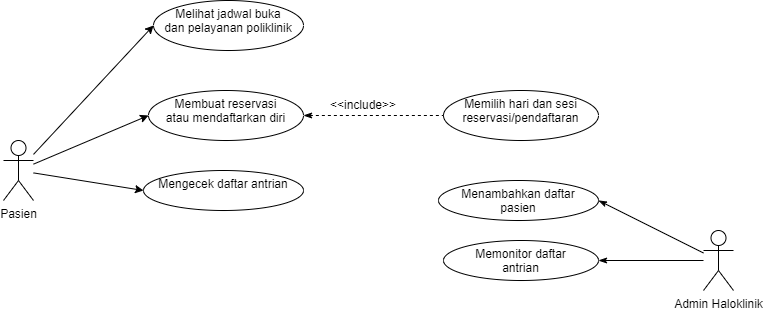
noerthn1/ADS-KEL-5 keeps this draw.io diagram as system analyst/Use Case - Haloklinik.png. Above is the earlier version. Source tidied: cells renumbered, new cells last; positions are measured from the earlier drawing's top-left corner, leaving out a move shared by most shapes. Source of this version:
```xml
<mxGraphModel>
  <root>
    <mxCell id="0" />
    <mxCell id="1" parent="0" />
    <mxCell id="2" style="rounded=0;jettySize=auto;html=1;entryX=0;entryY=0.5;entryDx=0;entryDy=0;" parent="1" edge="1" source="5" target="8">
      <mxGeometry relative="1" as="geometry" />
    </mxCell>
    <mxCell id="3" style="edgeStyle=none;rounded=0;jettySize=auto;html=1;entryX=0;entryY=0.5;entryDx=0;entryDy=0;" parent="1" edge="1" source="5" target="10">
      <mxGeometry relative="1" as="geometry" />
    </mxCell>
    <mxCell id="4" style="edgeStyle=none;rounded=0;jettySize=auto;html=1;startArrow=none;startFill=0;entryX=0;entryY=0.5;entryDx=0;entryDy=0;" parent="1" edge="1" source="5" target="12">
      <mxGeometry relative="1" as="geometry" />
    </mxCell>
    <mxCell id="5" value="Pasien" style="shape=umlActor;verticalLabelPosition=bottom;verticalAlign=top;html=1;outlineConnect=0;" parent="1" vertex="1">
      <mxGeometry y="140" width="30" height="60" as="geometry" />
    </mxCell>
    <mxCell id="6" style="edgeStyle=none;rounded=0;jettySize=auto;html=1;startArrow=none;startFill=0;endArrow=classicThin;endFill=1;entryX=1;entryY=0.5;entryDx=0;entryDy=0;" parent="1" edge="1" source="7" target="15">
      <mxGeometry relative="1" as="geometry" />
    </mxCell>
    <mxCell id="7" value="Admin Haloklinik" style="shape=umlActor;verticalLabelPosition=bottom;verticalAlign=top;html=1;outlineConnect=0;" parent="1" vertex="1">
      <mxGeometry x="700" y="230" width="30" height="60" as="geometry" />
    </mxCell>
    <mxCell id="8" value="Melihat jadwal buka &lt;br&gt;dan pelayanan poliklinik" style="ellipse;whiteSpace=wrap;html=1;verticalAlign=top;" parent="1" vertex="1">
      <mxGeometry x="150" width="150" height="50" as="geometry" />
    </mxCell>
    <mxCell id="9" style="edgeStyle=none;rounded=0;jettySize=auto;html=1;dashed=1;startArrow=classicThin;startFill=1;endArrow=none;endFill=0;" parent="1" edge="1" source="10" target="11">
      <mxGeometry relative="1" as="geometry" />
    </mxCell>
    <mxCell id="10" value="Membuat reservasi&lt;br&gt;atau mendaftarkan diri" style="ellipse;whiteSpace=wrap;html=1;verticalAlign=top;" parent="1" vertex="1">
      <mxGeometry x="145" y="90" width="155" height="50" as="geometry" />
    </mxCell>
    <mxCell id="11" value="Memilih hari dan sesi&lt;br&gt;reservasi/pendaftaran" style="ellipse;whiteSpace=wrap;html=1;verticalAlign=top;" parent="1" vertex="1">
      <mxGeometry x="440" y="90" width="155" height="50" as="geometry" />
    </mxCell>
    <mxCell id="12" value="Mengecek daftar antrian" style="ellipse;whiteSpace=wrap;html=1;verticalAlign=top;" parent="1" vertex="1">
      <mxGeometry x="140" y="170" width="160" height="40" as="geometry" />
    </mxCell>
    <mxCell id="13" style="edgeStyle=none;rounded=0;jettySize=auto;html=1;startArrow=classicThin;startFill=1;endArrow=none;endFill=0;" parent="1" edge="1" source="14" target="7">
      <mxGeometry relative="1" as="geometry" />
    </mxCell>
    <mxCell id="14" value="Memonitor daftar&lt;br&gt;antrian" style="ellipse;whiteSpace=wrap;html=1;verticalAlign=top;" parent="1" vertex="1">
      <mxGeometry x="440" y="240" width="155" height="40" as="geometry" />
    </mxCell>
    <mxCell id="15" value="Menambahkan daftar&lt;br&gt;pasien" style="ellipse;whiteSpace=wrap;html=1;verticalAlign=top;" parent="1" vertex="1">
      <mxGeometry x="435" y="180" width="160" height="40" as="geometry" />
    </mxCell>
    <mxCell id="16" value="&amp;lt;&amp;lt;include&amp;gt;&amp;gt;" style="text;html=1;strokeColor=none;fillColor=none;align=center;verticalAlign=middle;whiteSpace=wrap;rounded=0;" parent="1" vertex="1">
      <mxGeometry x="330" y="90" width="60" height="30" as="geometry" />
    </mxCell>
  </root>
</mxGraphModel>
```
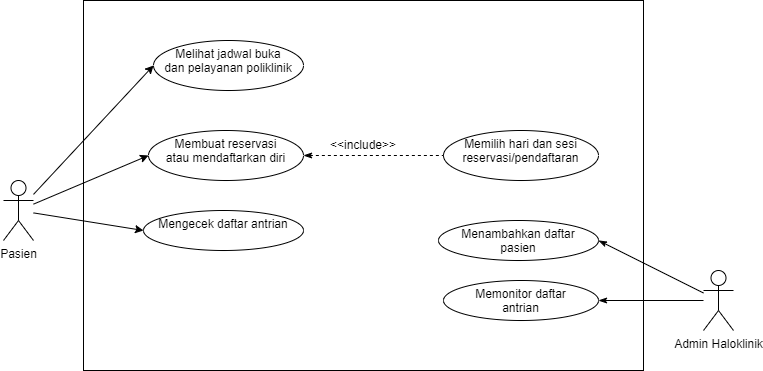
After the change.

What changed in the source:
```diff
@@ -47,5 +47,8 @@
     <mxCell id="16" value="&amp;lt;&amp;lt;include&amp;gt;&amp;gt;" style="text;html=1;strokeColor=none;fillColor=none;align=center;verticalAlign=middle;whiteSpace=wrap;rounded=0;" parent="1" vertex="1">
       <mxGeometry x="330" y="90" width="60" height="30" as="geometry" />
     </mxCell>
+    <mxCell id="17" style="html=1;whiteSpace=wrap;fillColor=none;" parent="1" vertex="1">
+      <mxGeometry x="80" y="-40" width="560" height="370" as="geometry" />
+    </mxCell>
   </root>
 </mxGraphModel>
```
